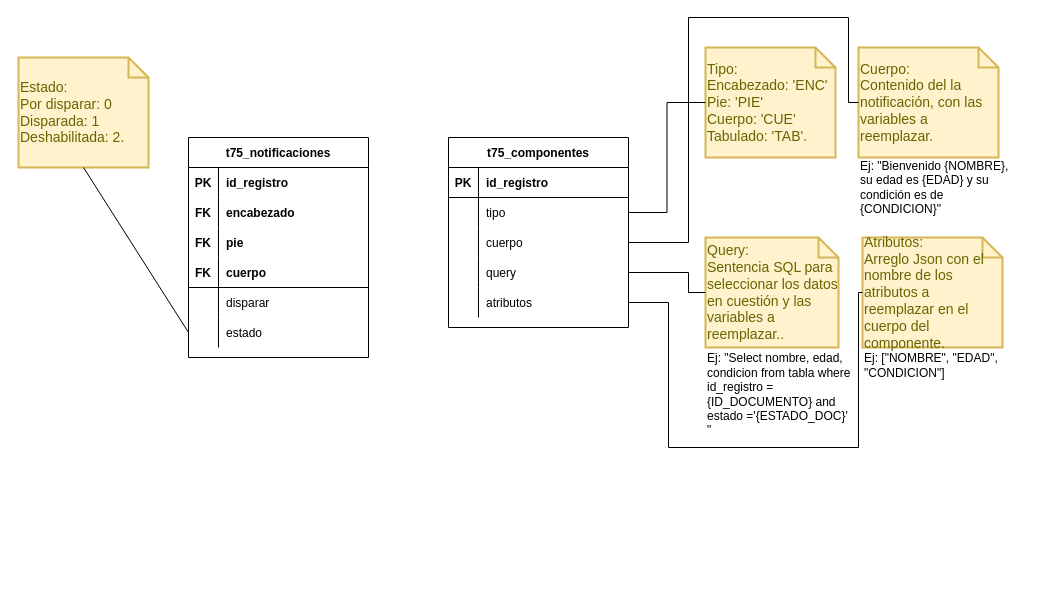
Earlier version of the draw.io diagram notificaciones_email.drawio (NeroAlfonso/draw_docs). Source tidied: cells renumbered, new cells numbered last; positions are measured from the earlier drawing's top-left corner, leaving out a move shared by most shapes. Both pictures are drawn from the tidied source at 100%, with x=0, y=0 at pixel (18, 17).
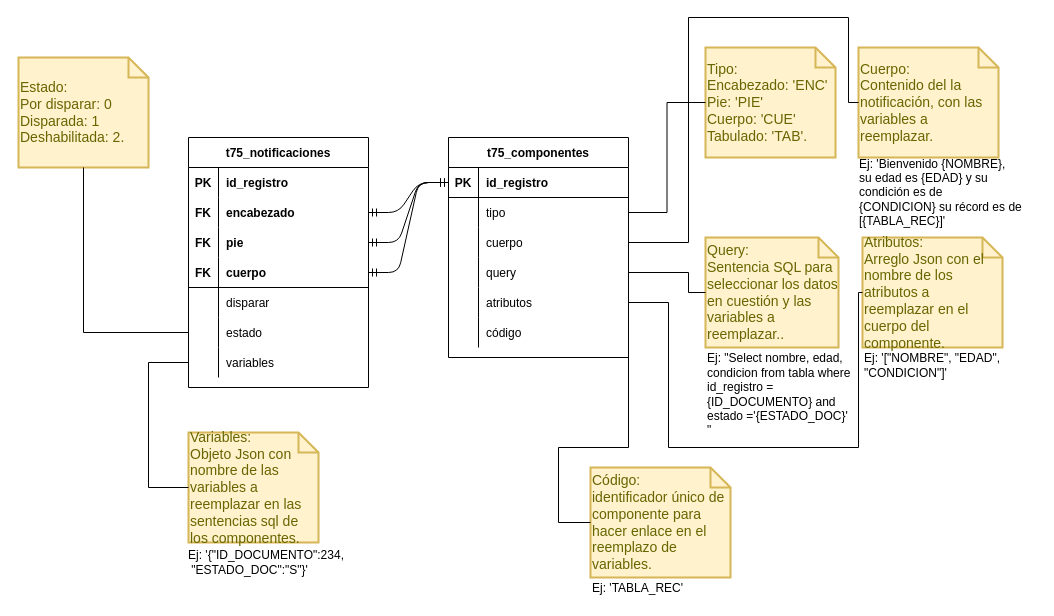
After the change.

The change refers to these unchanged cells:
```xml
<mxCell id="8" style="shape=partialRectangle;fillColor=none;top=0;left=0;bottom=0;right=0;points=[[0,0.5],[1,0.5]];portConstraint=eastwest;" parent="4" vertex="1">
  <mxGeometry y="60" width="180" height="30" as="geometry" />
</mxCell>
<mxCell id="11" style="shape=partialRectangle;fillColor=none;top=0;left=0;bottom=0;right=0;points=[[0,0.5],[1,0.5]];portConstraint=eastwest;" parent="4" vertex="1">
  <mxGeometry y="90" width="180" height="30" as="geometry" />
</mxCell>
<mxCell id="14" style="shape=partialRectangle;fillColor=none;top=0;left=0;bottom=0;right=0;points=[[0,0.5],[1,0.5]];portConstraint=eastwest;fontStyle=1;" parent="4" vertex="1">
  <mxGeometry y="120" width="180" height="30" as="geometry" />
</mxCell>
<mxCell id="20" style="shape=partialRectangle;fillColor=none;top=0;left=0;bottom=0;right=0;points=[[0,0.5],[1,0.5]];portConstraint=eastwest;" parent="4" vertex="1">
  <mxGeometry y="180" width="180" height="30" as="geometry" />
</mxCell>
<mxCell id="24" style="shape=partialRectangle;fillColor=none;top=0;left=0;bottom=1;right=0;points=[[0,0.5],[1,0.5]];portConstraint=eastwest;" parent="23" vertex="1">
  <mxGeometry y="30" width="180" height="30" as="geometry" />
</mxCell>
<mxCell id="39" value="Estado: &lt;br&gt;Por disparar: 0&lt;br&gt;Disparada: 1&lt;br&gt;Deshabilitada: 2." style="shape=note;strokeWidth=2;fontSize=14;size=20;whiteSpace=wrap;html=1;fillColor=#fff2cc;strokeColor=#d6b656;fontColor=#666600;align=left;" parent="1" vertex="1">
  <mxGeometry y="40" width="130" height="110" as="geometry" />
</mxCell>
```

What changed in the source:
```diff
@@
     <mxCell id="4" value="t75_notificaciones" style="shape=table;startSize=30;childLayout=tableLayout;rowLines=0;fontStyle=1;align=center;" parent="1" vertex="1">
-      <mxGeometry x="170" y="120" width="180" height="220" as="geometry" />
+      <mxGeometry x="170" y="120" width="180" height="250" as="geometry" />
     </mxCell>
@@
+    <mxCell id="50" style="shape=partialRectangle;fillColor=none;top=0;left=0;bottom=0;right=0;points=[[0,0.5],[1,0.5]];portConstraint=eastwest;" parent="4" vertex="1">
+      <mxGeometry y="210" width="180" height="30" as="geometry" />
+    </mxCell>
+    <mxCell id="51" style="shape=partialRectangle;fillColor=none;top=0;left=0;bottom=0;right=0;overflow=hidden;" parent="50" vertex="1">
+      <mxGeometry width="30" height="30" as="geometry" />
+    </mxCell>
+    <mxCell id="52" value="variables" style="shape=partialRectangle;fillColor=none;top=0;left=0;bottom=0;right=0;align=left;spacingLeft=6;overflow=hidden;" parent="50" vertex="1">
+      <mxGeometry x="30" width="150" height="30" as="geometry" />
+    </mxCell>
     <mxCell id="23" value="t75_componentes" style="shape=table;startSize=30;childLayout=tableLayout;rowLines=0;fontStyle=1;align=center;" parent="1" vertex="1">
-      <mxGeometry x="430" y="120" width="180" height="190" as="geometry" />
+      <mxGeometry x="430" y="120" width="180" height="220" as="geometry" />
     </mxCell>
@@
+    <mxCell id="53" style="shape=partialRectangle;fillColor=none;top=0;left=0;bottom=0;right=0;points=[[0,0.5],[1,0.5]];portConstraint=eastwest;" parent="23" vertex="1">
+      <mxGeometry y="180" width="180" height="30" as="geometry" />
+    </mxCell>
+    <mxCell id="54" style="shape=partialRectangle;fillColor=none;top=0;left=0;bottom=0;right=0;overflow=hidden;" parent="53" vertex="1">
+      <mxGeometry width="30" height="30" as="geometry" />
+    </mxCell>
+    <mxCell id="55" value="código" style="shape=partialRectangle;fillColor=none;top=0;left=0;bottom=0;right=0;align=left;spacingLeft=6;overflow=hidden;" parent="53" vertex="1">
+      <mxGeometry x="30" width="150" height="30" as="geometry" />
+    </mxCell>
@@
-    <mxCell id="40" style="endArrow=none;html=1;rounded=0;entryX=0.5;entryY=1;entryDx=0;entryDy=0;entryPerimeter=0;exitX=0;exitY=0.5;exitDx=0;exitDy=0;" parent="1" edge="1" source="20" target="39">
+    <mxCell id="40" style="endArrow=none;html=1;rounded=0;entryX=0.5;entryY=1;entryDx=0;entryDy=0;entryPerimeter=0;exitX=0;exitY=0.5;exitDx=0;exitDy=0;edgeStyle=orthogonalEdgeStyle;" parent="1" edge="1" source="20" target="39">
       <mxGeometry relative="1" as="geometry" />
     </mxCell>
@@
-    <mxCell id="43" value="Ej: [&quot;NOMBRE&quot;, &quot;EDAD&quot;, &lt;br&gt;&quot;CONDICION&quot;]" style="text;html=1;align=left;verticalAlign=middle;" parent="1" vertex="1">
+    <mxCell id="43" value="Ej: '[&quot;NOMBRE&quot;, &quot;EDAD&quot;, &lt;br&gt;&quot;CONDICION&quot;]'" style="text;html=1;align=left;verticalAlign=middle;" parent="1" vertex="1">
       <mxGeometry x="844" y="333" width="150" height="30" as="geometry" />
     </mxCell>
@@
-    <mxCell id="45" value="Ej: &quot;Bienvenido {NOMBRE}, &lt;br&gt;su edad es {EDAD} y su &lt;br&gt;condición es de &lt;br&gt;{CONDICION}&quot;" style="text;html=1;align=left;verticalAlign=middle;" parent="1" vertex="1">
-      <mxGeometry x="840" y="140" width="160" height="60" as="geometry" />
+    <mxCell id="45" value="Ej: 'Bienvenido {NOMBRE}, &lt;br&gt;su edad es {EDAD} y su &lt;br&gt;condición es de &lt;br&gt;{CONDICION} su récord es de &lt;br&gt;[{TABLA_REC}]'" style="text;html=1;align=left;verticalAlign=middle;" parent="1" vertex="1">
+      <mxGeometry x="839" y="135" width="180" height="80" as="geometry" />
     </mxCell>
@@
+    <mxCell id="56" value="Variables:&lt;br&gt;Objeto Json con nombre de las variables a reemplazar en las sentencias sql de los componentes." style="shape=note;strokeWidth=2;fontSize=14;size=20;whiteSpace=wrap;html=1;fillColor=#fff2cc;strokeColor=#d6b656;fontColor=#666600;align=left;" parent="1" vertex="1">
+      <mxGeometry x="170" y="415" width="130" height="110" as="geometry" />
+    </mxCell>
+    <mxCell id="57" style="endArrow=none;html=1;rounded=0;entryX=0;entryY=0.5;entryDx=0;entryDy=0;entryPerimeter=0;exitX=0;exitY=0.5;exitDx=0;exitDy=0;edgeStyle=orthogonalEdgeStyle;" parent="1" edge="1" source="50" target="56">
+      <mxGeometry relative="1" as="geometry">
+        <Array as="points">
+          <mxPoint x="130" y="345" />
+          <mxPoint x="130" y="470" />
+        </Array>
+      </mxGeometry>
+    </mxCell>
+    <mxCell id="58" value="Ej: '{&quot;ID_DOCUMENTO&quot;:234,&lt;br&gt;&amp;nbsp;&quot;ESTADO_DOC&quot;:&quot;S&quot;}'" style="text;html=1;align=left;verticalAlign=middle;" parent="1" vertex="1">
+      <mxGeometry x="168" y="530" width="170" height="30" as="geometry" />
+    </mxCell>
+    <mxCell id="59" value="Código:&lt;br&gt;identificador único de componente para hacer enlace en el reemplazo de variables." style="shape=note;strokeWidth=2;fontSize=14;size=20;whiteSpace=wrap;html=1;fillColor=#fff2cc;strokeColor=#d6b656;fontColor=#666600;align=left;" parent="1" vertex="1">
+      <mxGeometry x="572" y="450" width="140" height="110" as="geometry" />
+    </mxCell>
+    <mxCell id="60" style="endArrow=none;html=1;rounded=0;entryX=0;entryY=0.5;entryDx=0;entryDy=0;entryPerimeter=0;exitX=1;exitY=0.5;exitDx=0;exitDy=0;edgeStyle=orthogonalEdgeStyle;" parent="1" edge="1" source="53" target="59">
+      <mxGeometry relative="1" as="geometry">
+        <Array as="points">
+          <mxPoint x="610" y="430" />
+          <mxPoint x="540" y="430" />
+          <mxPoint x="540" y="505" />
+        </Array>
+      </mxGeometry>
+    </mxCell>
+    <mxCell id="61" value="Ej: 'TABLA_REC'" style="text;html=1;align=left;verticalAlign=middle;" parent="1" vertex="1">
+      <mxGeometry x="572" y="561" width="110" height="20" as="geometry" />
+    </mxCell>
+    <mxCell id="62" style="edgeStyle=entityRelationEdgeStyle;fontSize=12;html=1;endArrow=ERmandOne;startArrow=ERmandOne;entryX=0;entryY=0.5;entryDx=0;entryDy=0;exitX=1;exitY=0.5;exitDx=0;exitDy=0;" parent="1" edge="1" source="8" target="24">
+      <mxGeometry relative="1" as="geometry" />
+    </mxCell>
+    <mxCell id="63" style="edgeStyle=entityRelationEdgeStyle;fontSize=12;html=1;endArrow=ERmandOne;startArrow=ERmandOne;entryX=0;entryY=0.5;entryDx=0;entryDy=0;exitX=1;exitY=0.5;exitDx=0;exitDy=0;" parent="1" edge="1" source="11" target="24">
+      <mxGeometry relative="1" as="geometry" />
+    </mxCell>
+    <mxCell id="64" style="edgeStyle=entityRelationEdgeStyle;fontSize=12;html=1;endArrow=ERmandOne;startArrow=ERmandOne;entryX=0;entryY=0.5;entryDx=0;entryDy=0;exitX=1;exitY=0.5;exitDx=0;exitDy=0;" parent="1" edge="1" source="14" target="24">
+      <mxGeometry relative="1" as="geometry" />
+    </mxCell>
```
